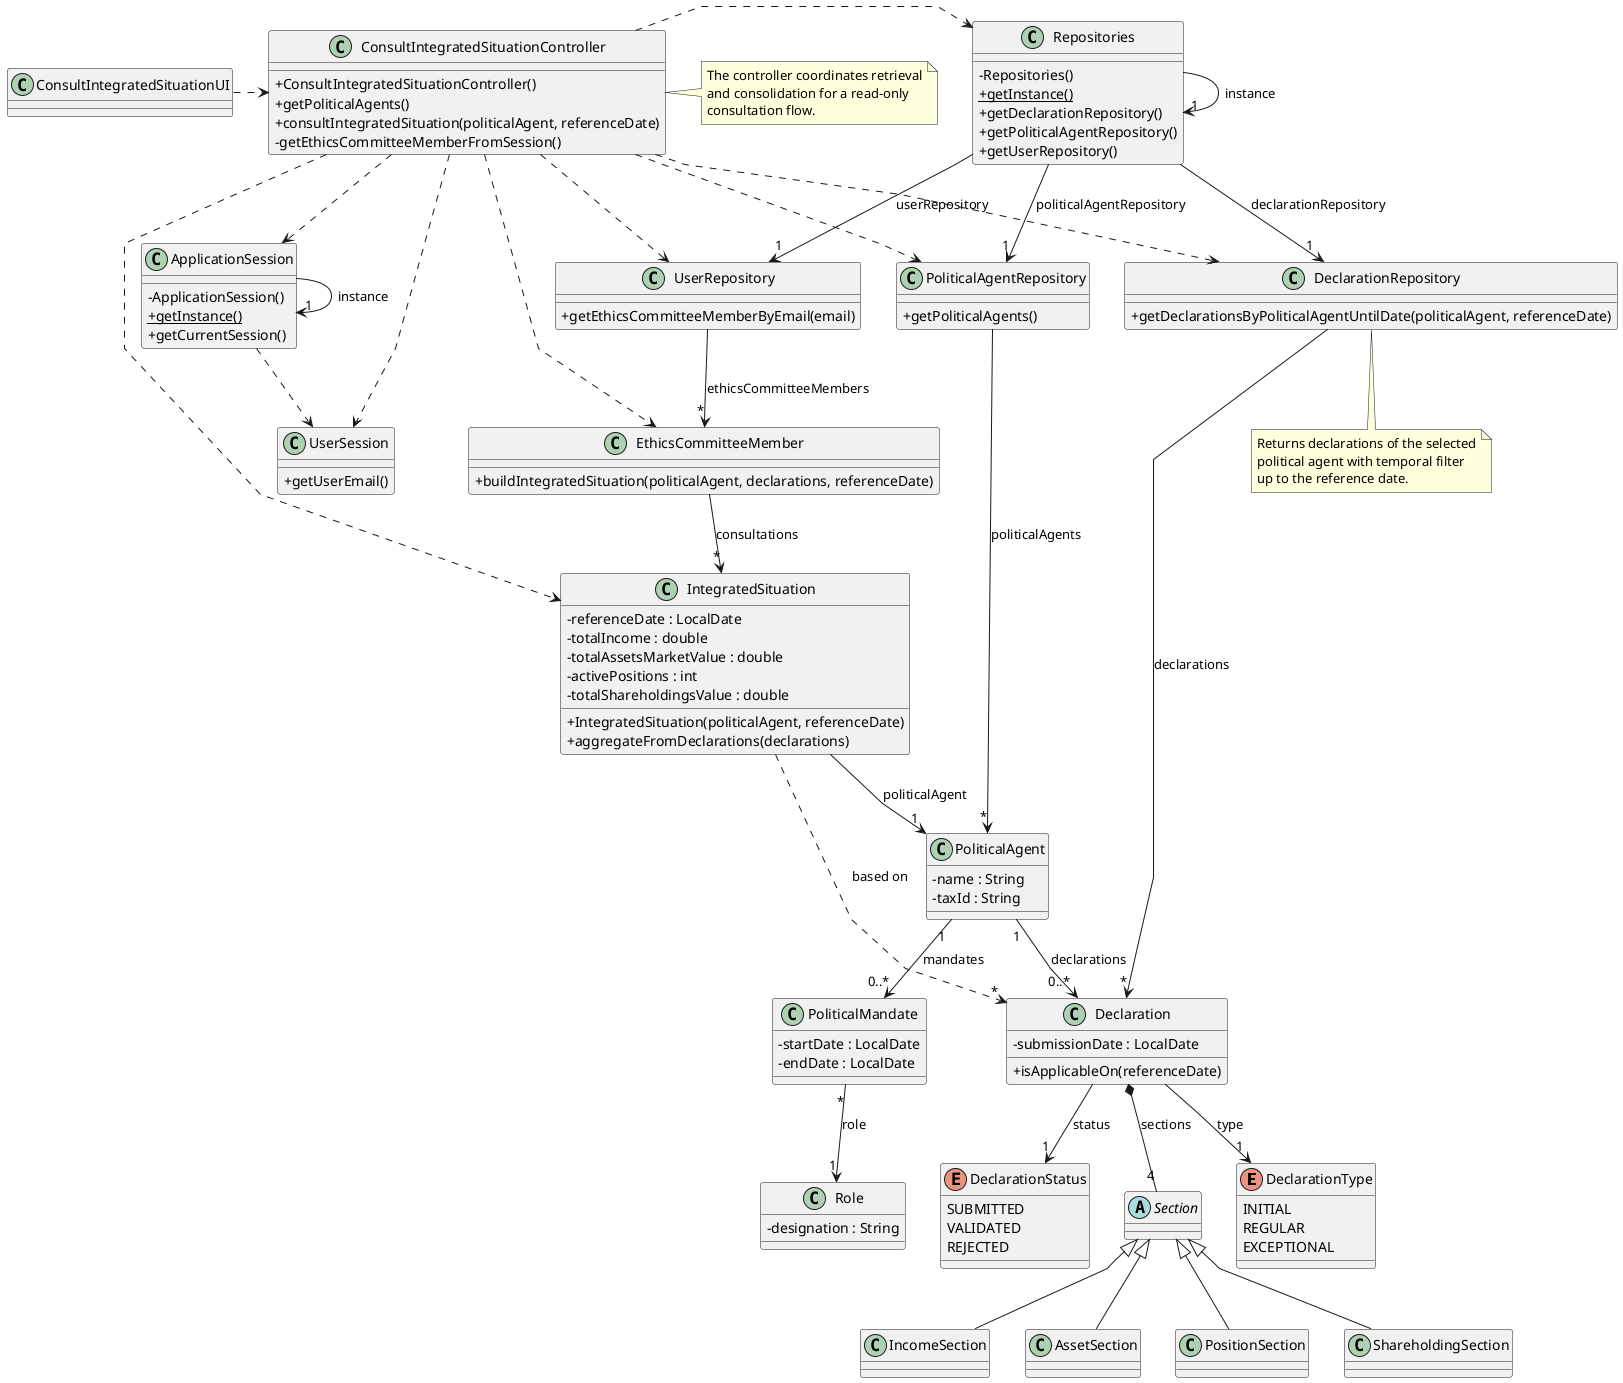
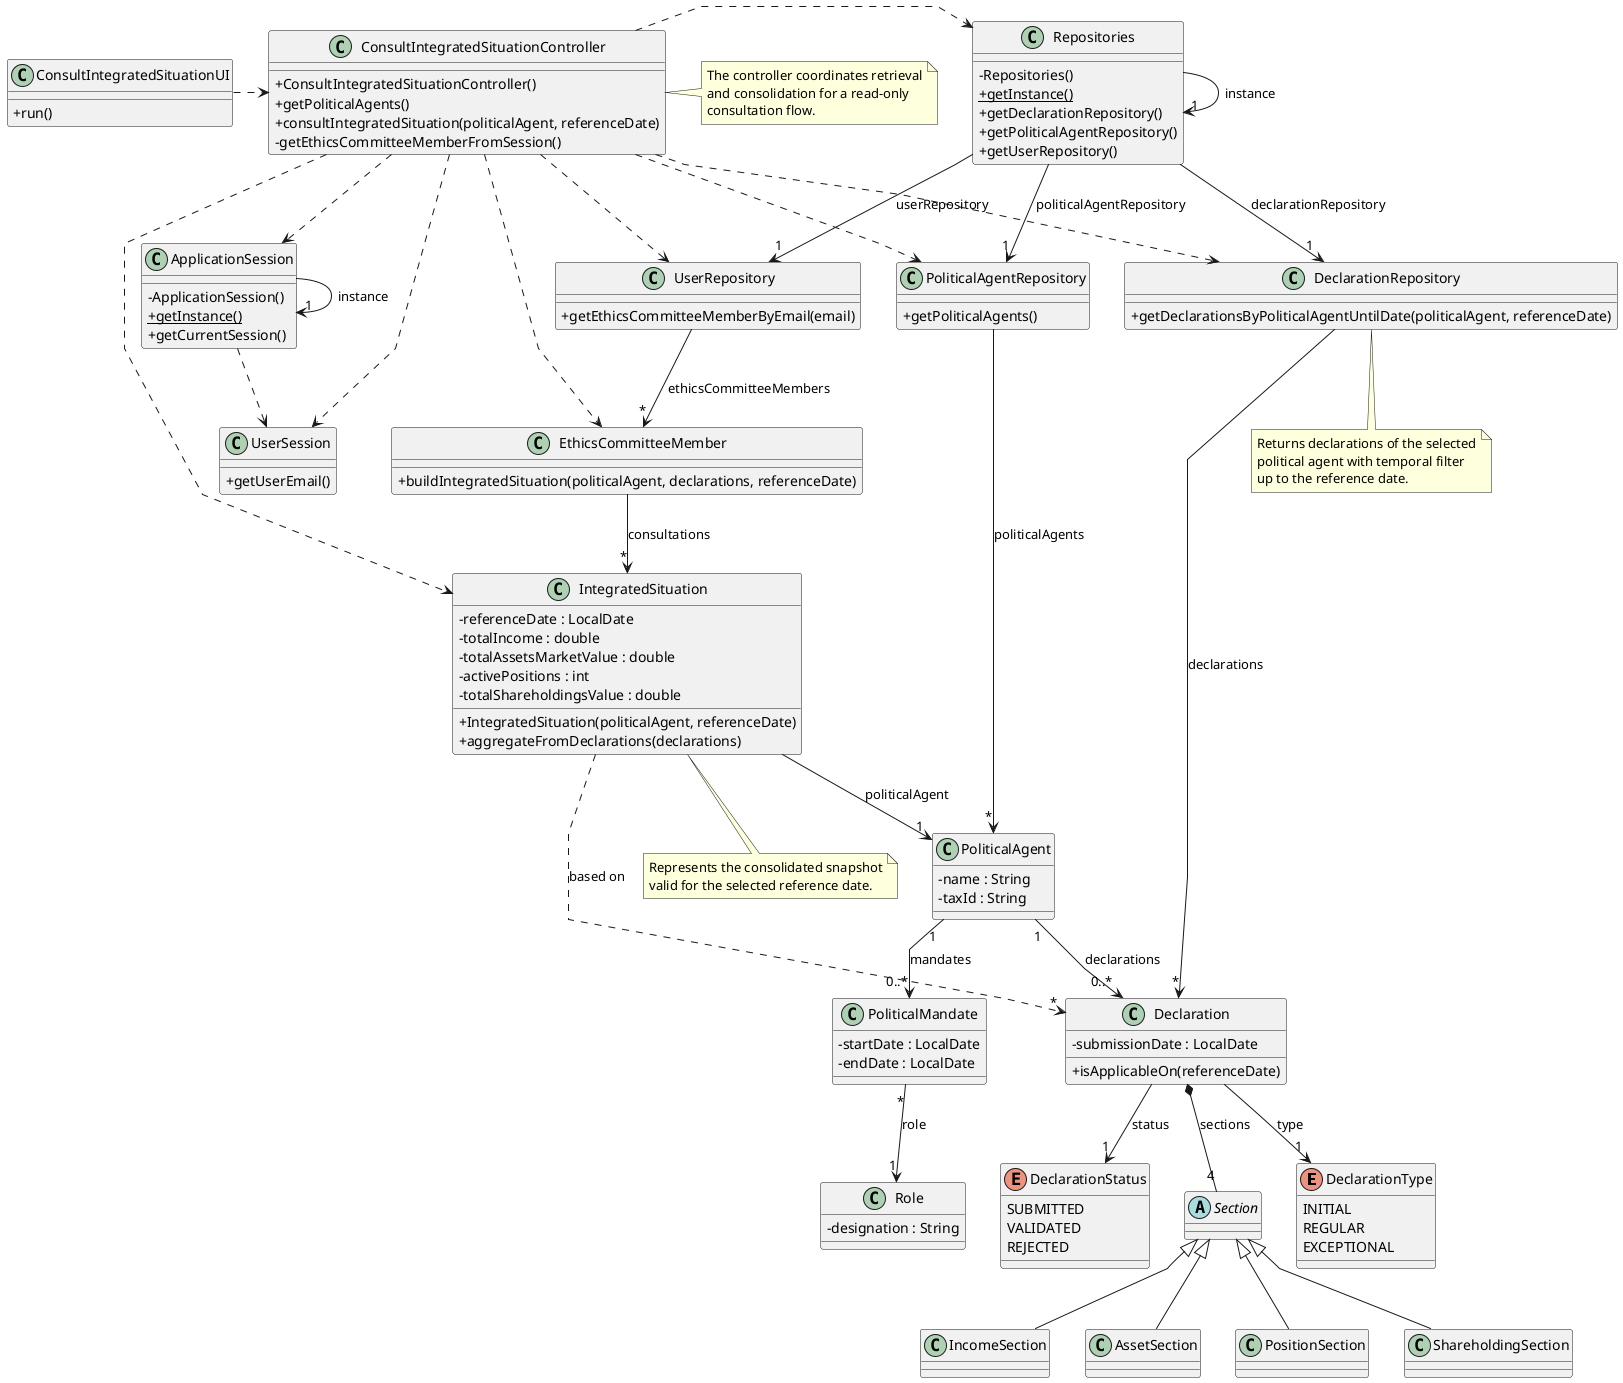
@startuml
'skinparam monochrome true
skinparam packageStyle rectangle
skinparam shadowing false
skinparam linetype polyline

skinparam classAttributeIconSize 0

enum DeclarationType {
    INITIAL
    REGULAR
    EXCEPTIONAL
}

enum DeclarationStatus {
    SUBMITTED
    VALIDATED
    REJECTED
}

class ApplicationSession {
    - ApplicationSession()
    + {static} getInstance()
    + getCurrentSession()
}

class UserSession {
    + getUserEmail()
}

class EthicsCommitteeMember {
    + buildIntegratedSituation(politicalAgent, declarations, referenceDate)
}

class PoliticalAgent {
    - name : String
    - taxId : String
}

class PoliticalMandate {
    - startDate : LocalDate
    - endDate : LocalDate
}

class Role {
    - designation : String
}

abstract class Section {
}

class IncomeSection {
}

class AssetSection {
}

class PositionSection {
}

class ShareholdingSection {
}

class Declaration {
    - submissionDate : LocalDate

    + isApplicableOn(referenceDate)
}

class IntegratedSituation {
    - referenceDate : LocalDate
    - totalIncome : double
    - totalAssetsMarketValue : double
    - activePositions : int
    - totalShareholdingsValue : double

    + IntegratedSituation(politicalAgent, referenceDate)
    + aggregateFromDeclarations(declarations)
}

class DeclarationRepository {
    + getDeclarationsByPoliticalAgentUntilDate(politicalAgent, referenceDate)
}

class PoliticalAgentRepository {
    + getPoliticalAgents()
}

class UserRepository {
    + getEthicsCommitteeMemberByEmail(email)
}

class Repositories {
    - Repositories()
    + {static} getInstance()
    + getDeclarationRepository()
    + getPoliticalAgentRepository()
    + getUserRepository()
}

class ConsultIntegratedSituationController {
    + ConsultIntegratedSituationController()
    + getPoliticalAgents()
    + consultIntegratedSituation(politicalAgent, referenceDate)
    - getEthicsCommitteeMemberFromSession()
}

note right of ConsultIntegratedSituationController
    The controller coordinates retrieval
    and consolidation for a read-only
    consultation flow.
end note

note bottom of DeclarationRepository
    Returns declarations of the selected
    political agent with temporal filter
    up to the reference date.
end note

+ note bottom of IntegratedSituation
+     Represents the consolidated snapshot
+     valid for the selected reference date.
+ end note
+ 
class ConsultIntegratedSituationUI {
+     + run()
}

Section <|-- IncomeSection
Section <|-- AssetSection
Section <|-- PositionSection
Section <|-- ShareholdingSection

ConsultIntegratedSituationUI .> ConsultIntegratedSituationController

ConsultIntegratedSituationController .> Repositories
ConsultIntegratedSituationController ..> PoliticalAgentRepository
ConsultIntegratedSituationController ..> DeclarationRepository
ConsultIntegratedSituationController ..> UserRepository
ConsultIntegratedSituationController ..> ApplicationSession
ConsultIntegratedSituationController ..> UserSession
ConsultIntegratedSituationController ..> EthicsCommitteeMember
ConsultIntegratedSituationController ..> IntegratedSituation

Repositories -> "1" Repositories : instance
Repositories --> "1" DeclarationRepository : declarationRepository
Repositories --> "1" PoliticalAgentRepository : politicalAgentRepository
Repositories --> "1" UserRepository : userRepository

ApplicationSession -> "1" ApplicationSession : instance
ApplicationSession ..> UserSession

PoliticalAgentRepository --> "*" PoliticalAgent : politicalAgents
UserRepository --> "*" EthicsCommitteeMember : ethicsCommitteeMembers
DeclarationRepository --> "*" Declaration : declarations

PoliticalAgent "1" --> "0..*" PoliticalMandate : mandates
PoliticalMandate "*" --> "1" Role : role

PoliticalAgent "1" --> "0..*" Declaration : declarations
Declaration --> "1" DeclarationType : type
Declaration --> "1" DeclarationStatus : status
Declaration *-- "4" Section : sections

EthicsCommitteeMember --> "*" IntegratedSituation : consultations
IntegratedSituation --> "1" PoliticalAgent : politicalAgent
IntegratedSituation ..> "*" Declaration : based on

@enduml